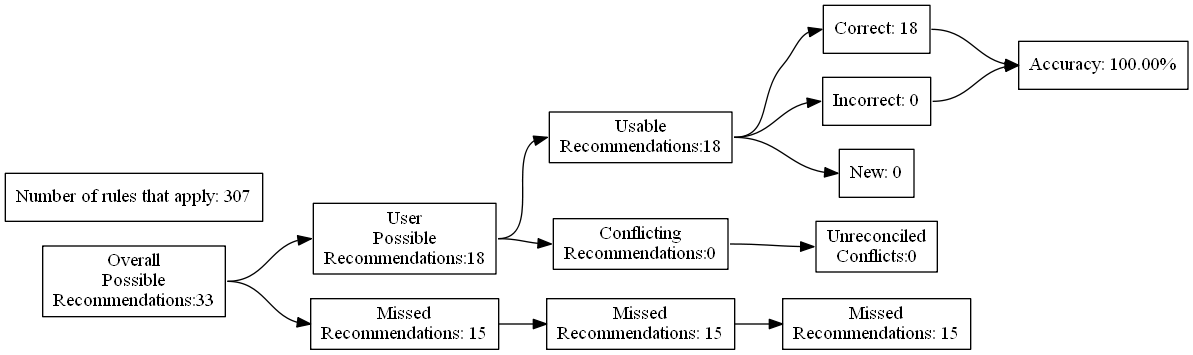
Earlier version of the Graphviz export test_renders/59.gv.png (ZaxR/ibd_diet_analysis). Its source is kept beside it as test_renders/59.gv.
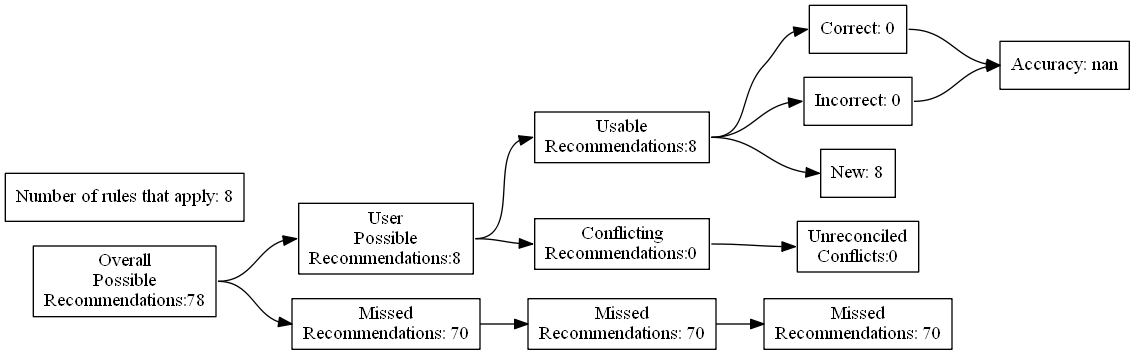
The same file after the commit.

Diff of the diagram source:
```diff
@@ -4,27 +4,27 @@
 	edge [headport=w tailport=e]
 		A [label="Overall
 Possible
-Recommendations:33"]
+Recommendations:78"]
 		B [label="User
 Possible
-Recommendations:18"]
+Recommendations:8"]
 		C [label="Missed
-Recommendations: 15"]
+Recommendations: 70"]
 		D [label="Usable
-Recommendations:18"]
+Recommendations:8"]
 		E [label="Conflicting
 Recommendations:0"]
 		J [label="Missed
-Recommendations: 15"]
+Recommendations: 70"]
 		M [label="Unreconciled
 Conflicts:0"]
-		F [label="Correct: 18"]
+		F [label="Correct: 0"]
 		G [label="Incorrect: 0"]
-		H [label="New: 0"]
+		H [label="New: 8"]
 		K [label="Missed
-Recommendations: 15"]
-		I [label="Accuracy: 100.00%"]
-		l [label="Number of rules that apply: 307"]
+Recommendations: 70"]
+		I [label="Accuracy: nan"]
+		l [label="Number of rules that apply: 8"]
 			A -> B
 			A -> C
 			B -> D
```
